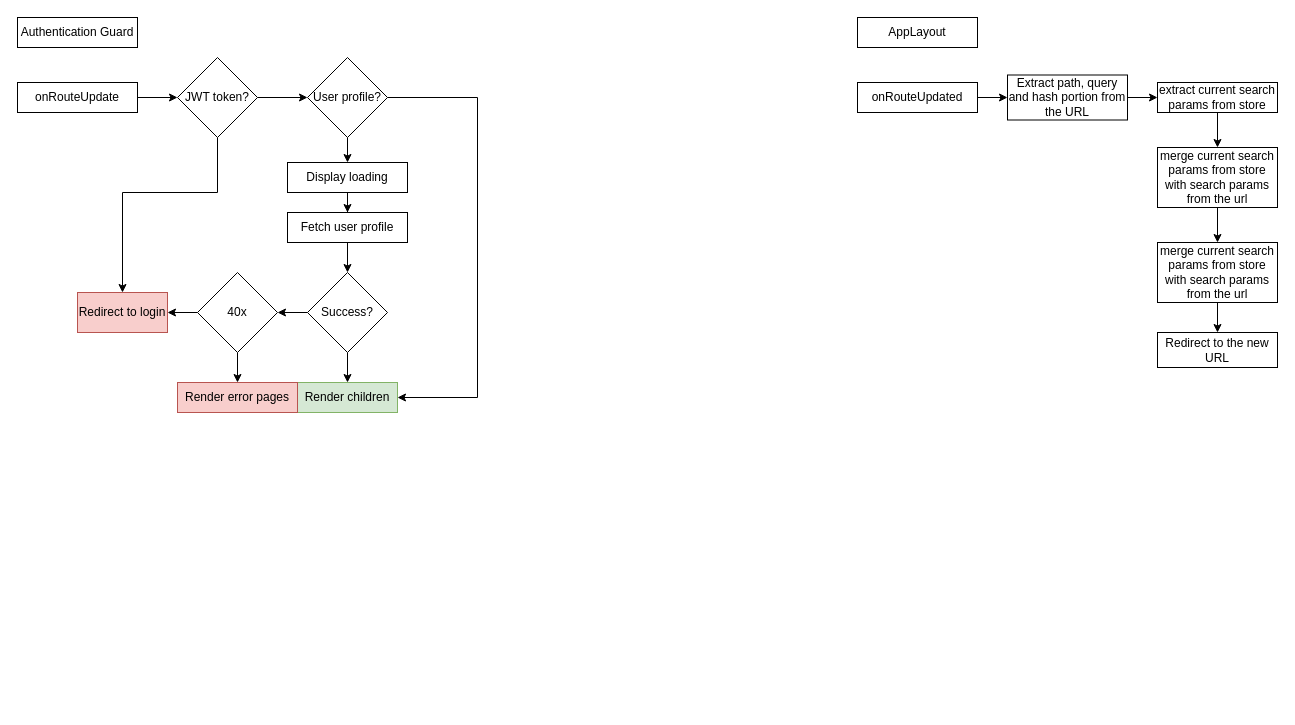
This is page "Components" (2 of 5) of my_lms.drawio from wind198/my_lms_fe, a draw.io file, before an edit. Source tidied: cells renumbered, new cells numbered last; positions are measured from the earlier drawing's top-left corner, leaving out a move shared by most shapes. Both pictures are drawn from the tidied source at 100%, with x=0, y=0 at pixel (17, 17).
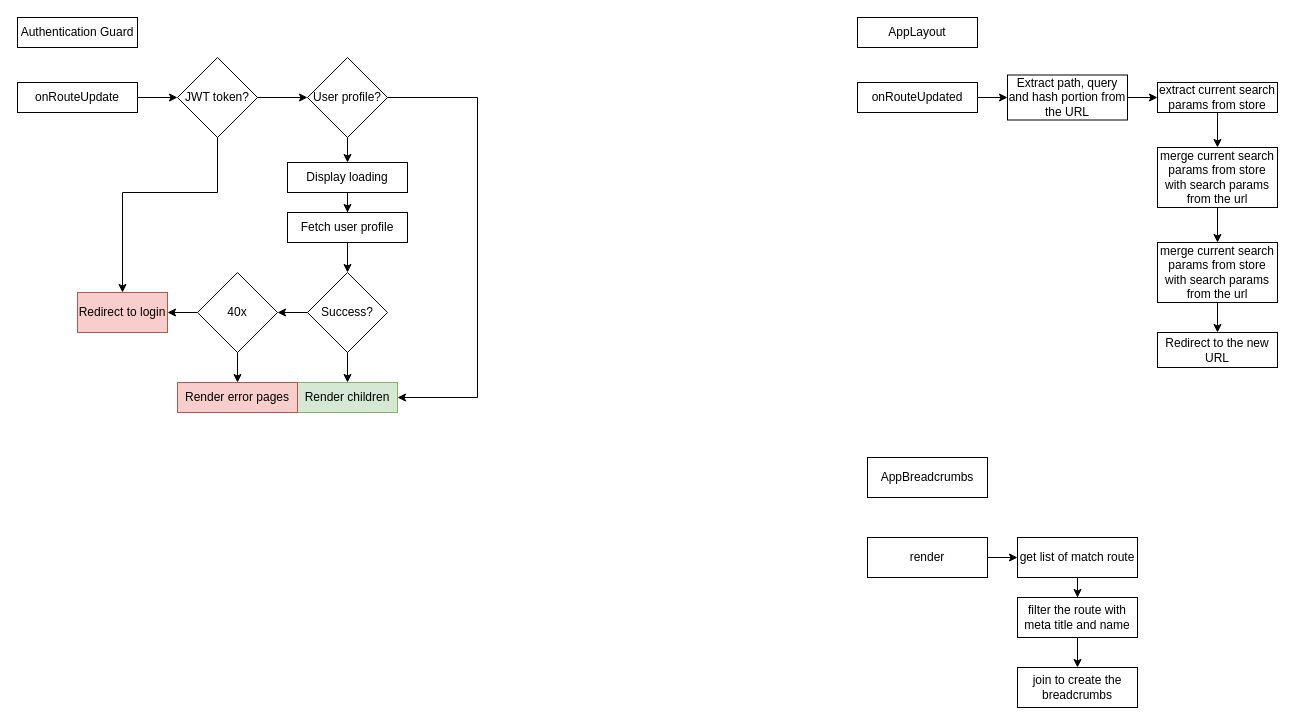
After the change.

Diff of the diagram source:
```diff
@@
+    <mxCell id="36" value="AppBreadcrumbs" style="rounded=0;whiteSpace=wrap;html=1;" parent="1" vertex="1">
+      <mxGeometry x="850" y="440" width="120" height="40" as="geometry" />
+    </mxCell>
+    <mxCell id="37" style="edgeStyle=orthogonalEdgeStyle;rounded=0;jettySize=auto;html=1;entryX=0;entryY=0.5;entryDx=0;entryDy=0;" parent="1" edge="1" source="38" target="40">
+      <mxGeometry relative="1" as="geometry" />
+    </mxCell>
+    <mxCell id="38" value="render" style="rounded=0;whiteSpace=wrap;html=1;" parent="1" vertex="1">
+      <mxGeometry x="850" y="520" width="120" height="40" as="geometry" />
+    </mxCell>
+    <mxCell id="39" style="edgeStyle=orthogonalEdgeStyle;rounded=0;jettySize=auto;html=1;" parent="1" edge="1" source="40" target="42">
+      <mxGeometry relative="1" as="geometry" />
+    </mxCell>
+    <mxCell id="40" value="get list of match route" style="rounded=0;whiteSpace=wrap;html=1;" parent="1" vertex="1">
+      <mxGeometry x="1000" y="520" width="120" height="40" as="geometry" />
+    </mxCell>
+    <mxCell id="41" style="edgeStyle=orthogonalEdgeStyle;rounded=0;jettySize=auto;html=1;entryX=0.5;entryY=0;entryDx=0;entryDy=0;" parent="1" edge="1" source="42" target="43">
+      <mxGeometry relative="1" as="geometry" />
+    </mxCell>
+    <mxCell id="42" value="filter the route with meta title and name" style="whiteSpace=wrap;html=1;rounded=0;" parent="1" vertex="1">
+      <mxGeometry x="1000" y="580" width="120" height="40" as="geometry" />
+    </mxCell>
+    <mxCell id="43" value="join to create the breadcrumbs" style="whiteSpace=wrap;html=1;rounded=0;" parent="1" vertex="1">
+      <mxGeometry x="1000" y="650" width="120" height="40" as="geometry" />
+    </mxCell>
```
